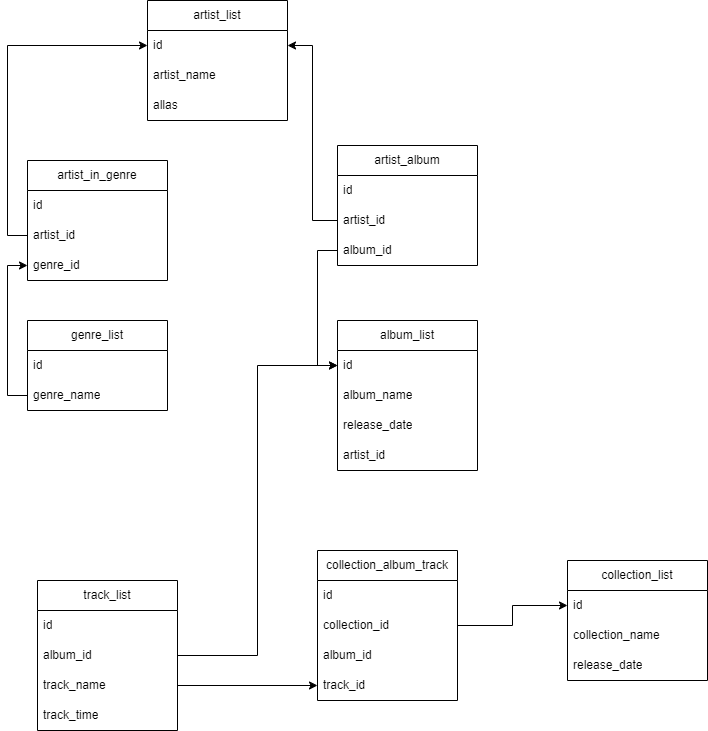
This is task 2.png from Retroman95/DB_HomeWork, a draw.io export, as it was before one commit. Source tidied: cells renumbered, new cells last; positions are measured from the earlier drawing's top-left corner, leaving out a move shared by most shapes.
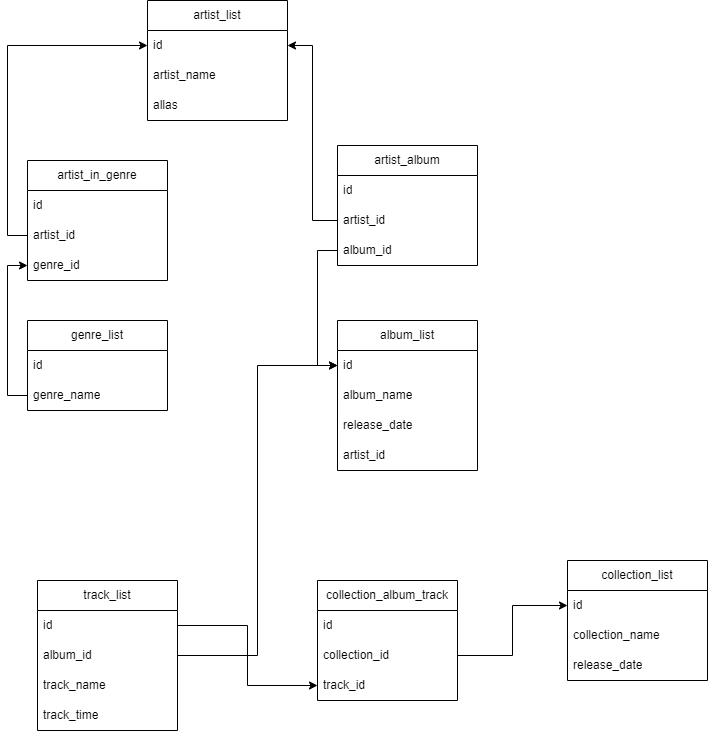
The same diagram one commit later.

The edit, as a diff of the source:
```diff
@@ -50,11 +50,11 @@
     <mxCell id="17" value="track_time" style="text;strokeColor=none;fillColor=none;align=left;verticalAlign=middle;spacingLeft=4;spacingRight=4;overflow=hidden;whiteSpace=wrap;html=1;" parent="13" vertex="1">
       <mxGeometry y="120" width="140" height="30" as="geometry" />
     </mxCell>
-    <mxCell id="18" style="edgeStyle=orthogonalEdgeStyle;rounded=0;jettySize=auto;html=1;entryX=0;entryY=0.5;entryDx=0;entryDy=0;" parent="1" edge="1" source="19" target="26">
+    <mxCell id="18" style="edgeStyle=orthogonalEdgeStyle;rounded=0;jettySize=auto;html=1;entryX=0;entryY=0.5;entryDx=0;entryDy=0;exitX=1;exitY=0.5;exitDx=0;exitDy=0;" parent="1" edge="1" source="21" target="26">
       <mxGeometry relative="1" as="geometry" />
     </mxCell>
     <mxCell id="19" value="collection_album_track" style="swimlane;fontStyle=0;horizontal=1;startSize=30;whiteSpace=wrap;html=1;" parent="1" vertex="1">
-      <mxGeometry x="290" y="550" width="140" height="150" as="geometry" />
+      <mxGeometry x="290" y="580" width="140" height="120" as="geometry" />
     </mxCell>
     <mxCell id="20" value="id" style="text;strokeColor=none;fillColor=none;align=left;verticalAlign=middle;spacingLeft=4;spacingRight=4;overflow=hidden;whiteSpace=wrap;html=1;" parent="19" vertex="1">
       <mxGeometry y="30" width="140" height="30" as="geometry" />
@@ -62,11 +62,8 @@
     <mxCell id="21" value="collection_id" style="text;strokeColor=none;fillColor=none;align=left;verticalAlign=middle;spacingLeft=4;spacingRight=4;overflow=hidden;points=[[0,0.5],[1,0.5]];portConstraint=eastwest;whiteSpace=wrap;html=1;" parent="19" vertex="1">
       <mxGeometry y="60" width="140" height="30" as="geometry" />
     </mxCell>
-    <mxCell id="22" value="album_id" style="text;strokeColor=none;fillColor=none;align=left;verticalAlign=middle;spacingLeft=4;spacingRight=4;overflow=hidden;whiteSpace=wrap;html=1;" parent="19" vertex="1">
-      <mxGeometry y="90" width="140" height="30" as="geometry" />
-    </mxCell>
     <mxCell id="23" value="track_id" style="text;strokeColor=none;fillColor=none;align=left;verticalAlign=middle;spacingLeft=4;spacingRight=4;overflow=hidden;points=[[0,0.5],[1,0.5]];portConstraint=eastwest;whiteSpace=wrap;html=1;" parent="19" vertex="1">
-      <mxGeometry y="120" width="140" height="30" as="geometry" />
+      <mxGeometry y="90" width="140" height="30" as="geometry" />
     </mxCell>
     <mxCell id="24" style="edgeStyle=orthogonalEdgeStyle;rounded=0;jettySize=auto;html=1;entryX=0;entryY=0.5;entryDx=0;entryDy=0;exitX=1;exitY=0.5;exitDx=0;exitDy=0;" parent="1" edge="1" source="15" target="30">
       <mxGeometry relative="1" as="geometry" />
@@ -110,9 +107,6 @@
     <mxCell id="37" value="album_id" style="text;strokeColor=none;fillColor=none;align=left;verticalAlign=middle;spacingLeft=4;spacingRight=4;overflow=hidden;points=[[0,0.5],[1,0.5]];portConstraint=eastwest;whiteSpace=wrap;html=1;" parent="34" vertex="1">
       <mxGeometry y="90" width="140" height="30" as="geometry" />
     </mxCell>
-    <mxCell id="38" style="edgeStyle=orthogonalEdgeStyle;rounded=0;jettySize=auto;html=1;exitX=1;exitY=0.5;exitDx=0;exitDy=0;entryX=0;entryY=0.5;entryDx=0;entryDy=0;" parent="1" edge="1" source="16" target="23">
-      <mxGeometry relative="1" as="geometry" />
-    </mxCell>
     <mxCell id="39" style="edgeStyle=orthogonalEdgeStyle;rounded=0;jettySize=auto;html=1;exitX=0;exitY=0.5;exitDx=0;exitDy=0;entryX=0;entryY=0.5;entryDx=0;entryDy=0;" parent="1" edge="1" source="12" target="9">
       <mxGeometry relative="1" as="geometry" />
     </mxCell>
@@ -125,5 +119,8 @@
     <mxCell id="42" style="edgeStyle=orthogonalEdgeStyle;rounded=0;jettySize=auto;html=1;entryX=0;entryY=0.5;entryDx=0;entryDy=0;" parent="1" edge="1" source="37" target="30">
       <mxGeometry relative="1" as="geometry" />
     </mxCell>
+    <mxCell id="43" style="edgeStyle=orthogonalEdgeStyle;rounded=0;jettySize=auto;html=1;exitX=1;exitY=0.5;exitDx=0;exitDy=0;entryX=0;entryY=0.5;entryDx=0;entryDy=0;" parent="1" edge="1" source="14" target="23">
+      <mxGeometry relative="1" as="geometry" />
+    </mxCell>
   </root>
 </mxGraphModel>
```
